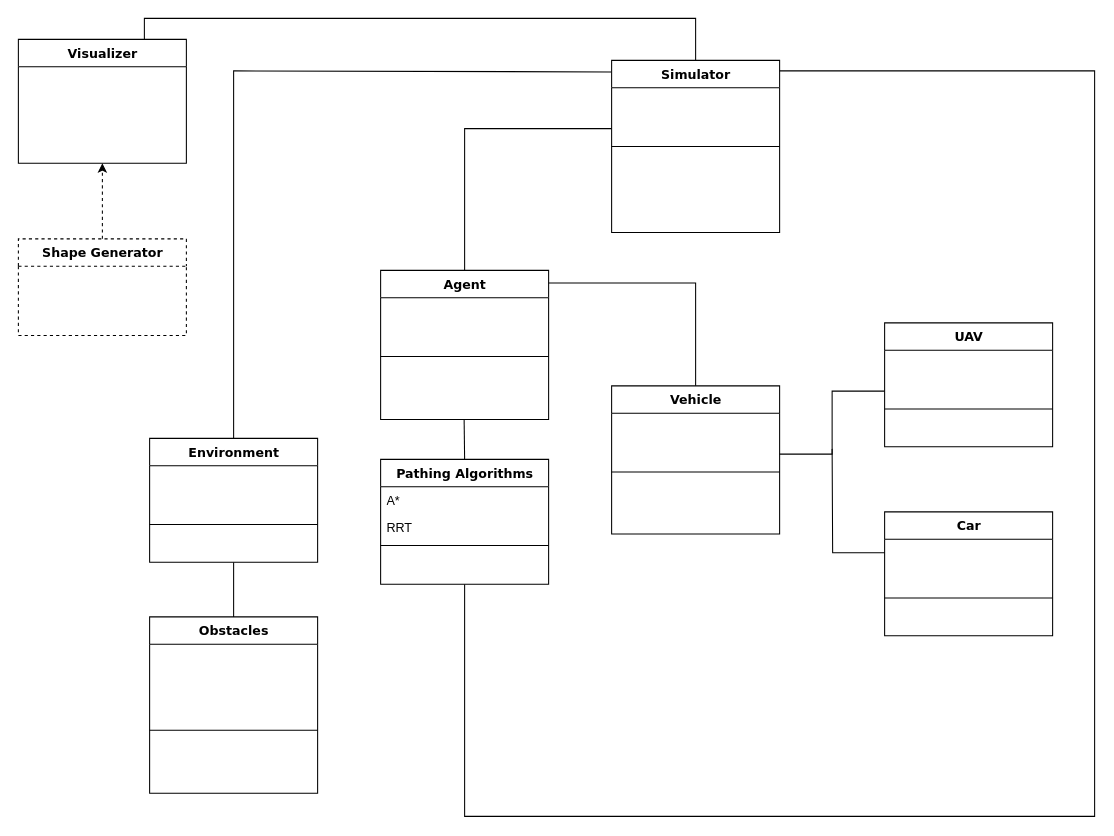
This is UML.drawio from rlaitner/APC-Final-Project, a draw.io file, before an edit. Source tidied: cells renumbered, new cells numbered last; positions are measured from the earlier drawing's top-left corner, leaving out a move shared by most shapes. Both pictures are drawn from the tidied source at 105%, with x=0, y=0 at pixel (18, 39).
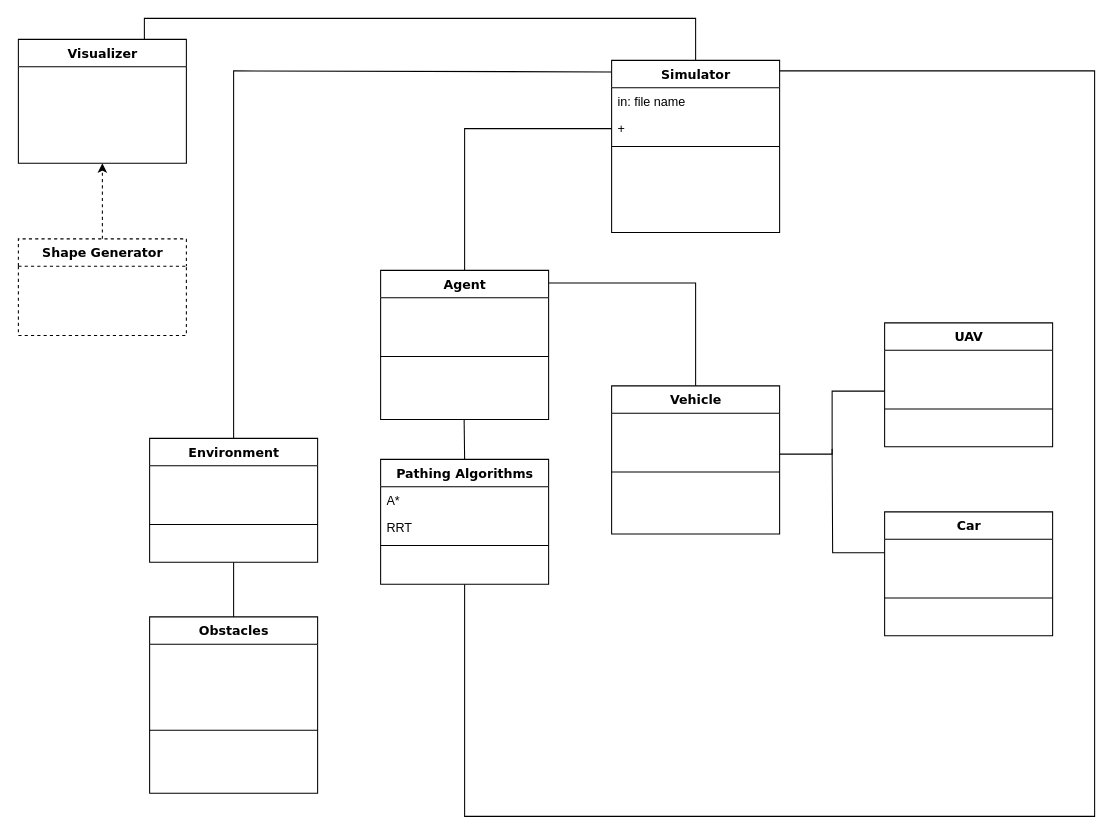
The same diagram, later.

Commit message:
Adjusted UML

Unchanged cells that the change refers to:
```xml
<mxCell id="10" value="Simulator" style="swimlane;html=1;fontStyle=1;align=center;verticalAlign=top;horizontal=1;startSize=26;swimlaneFillColor=#ffffff;rounded=0;shadow=0;comic=0;labelBackgroundColor=none;strokeWidth=1;fillColor=none;fontFamily=Verdana;fontSize=12;" parent="1" vertex="1">
  <mxGeometry x="565" y="20" width="160" height="164" as="geometry" />
</mxCell>
```

The edit, as a diff of the source:
```diff
@@
-    <mxCell id="11" value="&amp;nbsp;" style="text;html=1;strokeColor=none;fillColor=none;align=left;verticalAlign=top;spacingLeft=4;spacingRight=4;whiteSpace=wrap;overflow=hidden;" parent="10" vertex="1">
+    <mxCell id="11" value="in: file name&amp;nbsp;" style="text;html=1;strokeColor=none;fillColor=none;align=left;verticalAlign=top;spacingLeft=4;spacingRight=4;whiteSpace=wrap;overflow=hidden;" parent="10" vertex="1">
       <mxGeometry y="26" width="160" height="26" as="geometry" />
     </mxCell>
-    <mxCell id="12" value="&amp;nbsp;" style="text;html=1;strokeColor=none;fillColor=none;align=left;verticalAlign=top;spacingLeft=4;spacingRight=4;whiteSpace=wrap;overflow=hidden;points=[[0,0.5],[1,0.5]];portConstraint=eastwest;" parent="10" vertex="1">
+    <mxCell id="12" value="+&amp;nbsp;" style="text;html=1;strokeColor=none;fillColor=none;align=left;verticalAlign=top;spacingLeft=4;spacingRight=4;whiteSpace=wrap;overflow=hidden;points=[[0,0.5],[1,0.5]];portConstraint=eastwest;" parent="10" vertex="1">
       <mxGeometry y="52" width="160" height="26" as="geometry" />
     </mxCell>
```
